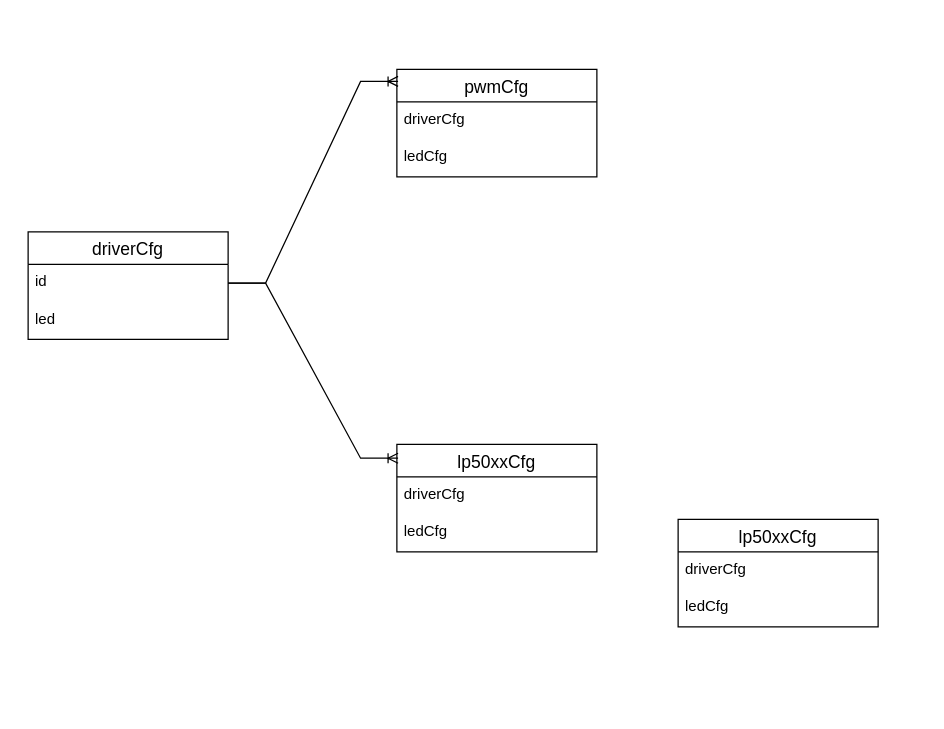
Earlier version of the draw.io diagram driver.drawio (1Miguel/diagrams). Source tidied: cells renumbered, new cells numbered last; positions are measured from the earlier drawing's top-left corner, leaving out a move shared by most shapes. Both pictures are drawn from the tidied source at 125%, with x=0, y=0 at pixel (28, 69).
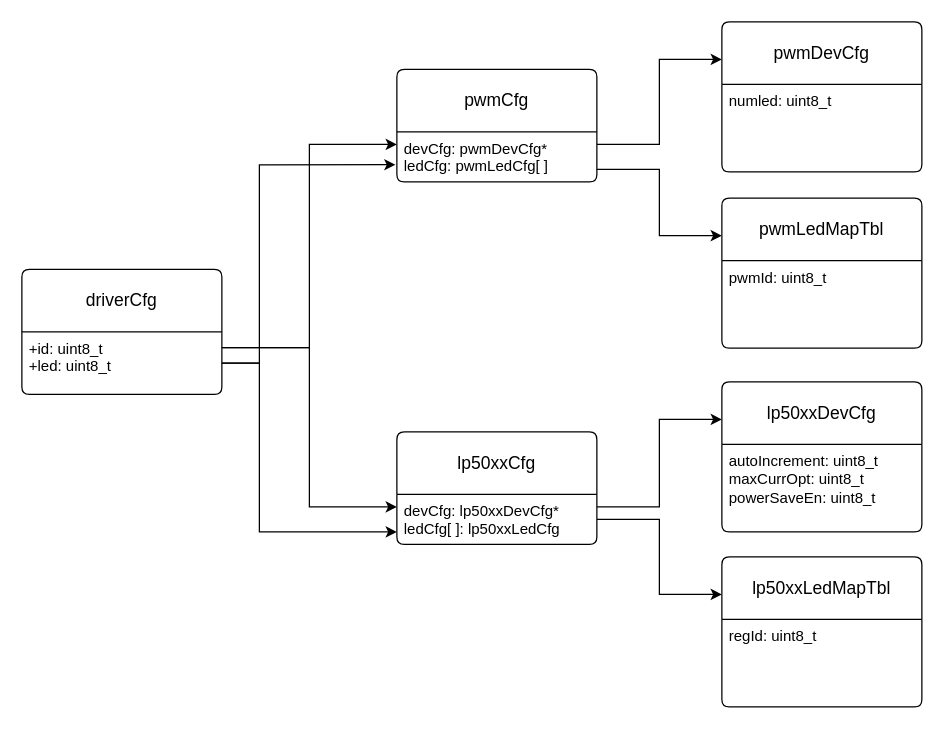
The same diagram, later.

Change to the diagram source:
```diff
@@
-    <mxCell id="2" value="driverCfg" style="swimlane;fontStyle=0;horizontal=1;startSize=26;align=center;fontSize=14;" parent="1" vertex="1">
-      <mxGeometry y="130" width="160" height="86" as="geometry" />
-    </mxCell>
-    <mxCell id="3" value="id" style="text;strokeColor=none;fillColor=none;spacingLeft=4;spacingRight=4;overflow=hidden;points=[[0,0.5],[1,0.5]];portConstraint=eastwest;fontSize=12;whiteSpace=wrap;html=1;" parent="2" vertex="1">
-      <mxGeometry y="26" width="160" height="30" as="geometry" />
-    </mxCell>
-    <mxCell id="4" value="led" style="text;strokeColor=none;fillColor=none;spacingLeft=4;spacingRight=4;overflow=hidden;fontSize=12;whiteSpace=wrap;html=1;" parent="2" vertex="1">
-      <mxGeometry y="56" width="160" height="30" as="geometry" />
-    </mxCell>
+    <mxCell id="16" value="driverCfg" style="swimlane;horizontal=1;startSize=50;rounded=1;fontSize=14;fontStyle=0;strokeWidth=1;shadow=0;dashed=0;align=center;arcSize=4;whiteSpace=wrap;html=1;" parent="1" vertex="1">
+      <mxGeometry x="-5" y="160" width="160" height="100" as="geometry" />
+    </mxCell>
+    <mxCell id="17" value="+id: uint8_t&lt;br&gt;+led: uint8_t" style="align=left;strokeColor=none;fillColor=none;spacingLeft=4;fontSize=12;verticalAlign=top;html=1;" parent="16" vertex="1">
+      <mxGeometry y="50" width="160" height="50" as="geometry" />
+    </mxCell>
+    <mxCell id="18" value="lp50xxDevCfg" style="swimlane;horizontal=1;startSize=50;rounded=1;fontSize=14;fontStyle=0;strokeWidth=1;shadow=0;dashed=0;align=center;arcSize=4;whiteSpace=wrap;html=1;" parent="1" vertex="1">
+      <mxGeometry x="555" y="250" width="160" height="120" as="geometry" />
+    </mxCell>
+    <mxCell id="19" value="autoIncrement: uint8_t&lt;br&gt;maxCurrOpt: uint8_t&lt;br&gt;powerSaveEn: uint8_t&lt;br&gt;" style="align=left;strokeColor=none;fillColor=none;spacingLeft=4;fontSize=12;verticalAlign=top;html=1;" parent="18" vertex="1">
+      <mxGeometry y="50" width="160" height="70" as="geometry" />
+    </mxCell>
+    <mxCell id="20" value="lp50xxCfg" style="swimlane;horizontal=1;startSize=50;rounded=1;fontSize=14;fontStyle=0;strokeWidth=1;shadow=0;dashed=0;align=center;arcSize=4;whiteSpace=wrap;html=1;" parent="1" vertex="1">
+      <mxGeometry x="295" y="290" width="160" height="90" as="geometry" />
+    </mxCell>
+    <mxCell id="21" value="devCfg: lp50xxDevCfg*&lt;br&gt;ledCfg[ ]: lp50xxLedCfg" style="align=left;strokeColor=none;fillColor=none;spacingLeft=4;fontSize=12;verticalAlign=top;html=1;" parent="20" vertex="1">
+      <mxGeometry y="50" width="160" height="40" as="geometry" />
+    </mxCell>
+    <mxCell id="22" style="edgeStyle=orthogonalEdgeStyle;rounded=0;jettySize=auto;html=1;exitX=1;exitY=0.25;exitDx=0;exitDy=0;entryX=0;entryY=0.25;entryDx=0;entryDy=0;" parent="1" edge="1" source="21" target="18">
+      <mxGeometry relative="1" as="geometry" />
+    </mxCell>
+    <mxCell id="23" value="lp50xxLedMapTbl" style="swimlane;horizontal=1;startSize=50;rounded=1;fontSize=14;fontStyle=0;strokeWidth=1;shadow=0;dashed=0;align=center;arcSize=4;whiteSpace=wrap;html=1;" parent="1" vertex="1">
+      <mxGeometry x="555" y="390" width="160" height="120" as="geometry" />
+    </mxCell>
+    <mxCell id="24" value="regId: uint8_t" style="align=left;strokeColor=none;fillColor=none;spacingLeft=4;fontSize=12;verticalAlign=top;html=1;" parent="23" vertex="1">
+      <mxGeometry y="50" width="160" height="70" as="geometry" />
+    </mxCell>
+    <mxCell id="25" style="edgeStyle=orthogonalEdgeStyle;rounded=0;jettySize=auto;html=1;exitX=1;exitY=0.5;exitDx=0;exitDy=0;entryX=0;entryY=0.25;entryDx=0;entryDy=0;" parent="1" edge="1" source="21" target="23">
+      <mxGeometry relative="1" as="geometry" />
+    </mxCell>
-    <mxCell id="5" value="pwmCfg" style="swimlane;fontStyle=0;horizontal=1;startSize=26;align=center;fontSize=14;" parent="1" vertex="1">
-      <mxGeometry x="295" width="160" height="86" as="geometry" />
+    <mxCell id="5" value="pwmCfg" style="swimlane;horizontal=1;startSize=50;rounded=1;fontSize=14;fontStyle=0;strokeWidth=1;shadow=0;dashed=0;align=center;arcSize=4;whiteSpace=wrap;html=1;" parent="1" vertex="1">
+      <mxGeometry x="295" width="160" height="90" as="geometry" />
     </mxCell>
-    <mxCell id="6" value="driverCfg" style="text;strokeColor=none;fillColor=none;spacingLeft=4;spacingRight=4;overflow=hidden;fontSize=12;whiteSpace=wrap;html=1;" parent="5" vertex="1">
-      <mxGeometry y="26" width="160" height="30" as="geometry" />
-    </mxCell>
-    <mxCell id="7" value="ledCfg" style="text;strokeColor=none;fillColor=none;spacingLeft=4;spacingRight=4;overflow=hidden;fontSize=12;whiteSpace=wrap;html=1;" parent="5" vertex="1">
-      <mxGeometry y="56" width="160" height="30" as="geometry" />
-    </mxCell>
-    <mxCell id="8" value="lp50xxCfg" style="swimlane;fontStyle=0;horizontal=1;startSize=26;align=center;fontSize=14;" parent="1" vertex="1">
-      <mxGeometry x="295" y="300" width="160" height="86" as="geometry" />
-    </mxCell>
-    <mxCell id="9" value="driverCfg" style="text;strokeColor=none;fillColor=none;spacingLeft=4;spacingRight=4;overflow=hidden;fontSize=12;whiteSpace=wrap;html=1;" parent="8" vertex="1">
-      <mxGeometry y="26" width="160" height="30" as="geometry" />
-    </mxCell>
-    <mxCell id="10" value="ledCfg" style="text;strokeColor=none;fillColor=none;spacingLeft=4;spacingRight=4;overflow=hidden;fontSize=12;whiteSpace=wrap;html=1;" parent="8" vertex="1">
-      <mxGeometry y="56" width="160" height="30" as="geometry" />
-    </mxCell>
-    <mxCell id="11" style="edgeStyle=entityRelationEdgeStyle;fontSize=12;html=1;endArrow=ERoneToMany;rounded=0;exitX=1;exitY=0.5;exitDx=0;exitDy=0;entryX=0.006;entryY=0.112;entryDx=0;entryDy=0;entryPerimeter=0;" parent="1" edge="1" source="3" target="5">
-      <mxGeometry relative="1" as="geometry" />
-    </mxCell>
-    <mxCell id="12" style="edgeStyle=entityRelationEdgeStyle;fontSize=12;html=1;endArrow=ERoneToMany;rounded=0;exitX=1;exitY=0.5;exitDx=0;exitDy=0;entryX=0.006;entryY=0.129;entryDx=0;entryDy=0;entryPerimeter=0;" parent="1" edge="1" source="3" target="8">
-      <mxGeometry relative="1" as="geometry" />
-    </mxCell>
-    <mxCell id="13" value="lp50xxCfg" style="swimlane;fontStyle=0;horizontal=1;startSize=26;align=center;fontSize=14;" parent="1" vertex="1">
-      <mxGeometry x="520" y="360" width="160" height="86" as="geometry" />
-    </mxCell>
-    <mxCell id="14" value="driverCfg" style="text;strokeColor=none;fillColor=none;spacingLeft=4;spacingRight=4;overflow=hidden;fontSize=12;whiteSpace=wrap;html=1;" parent="13" vertex="1">
-      <mxGeometry y="26" width="160" height="30" as="geometry" />
-    </mxCell>
-    <mxCell id="15" value="ledCfg" style="text;strokeColor=none;fillColor=none;spacingLeft=4;spacingRight=4;overflow=hidden;fontSize=12;whiteSpace=wrap;html=1;" parent="13" vertex="1">
-      <mxGeometry y="56" width="160" height="30" as="geometry" />
-    </mxCell>
+    <mxCell id="26" value="devCfg: pwmDevCfg*&lt;br&gt;ledCfg: pwmLedCfg[ ]" style="align=left;strokeColor=none;fillColor=none;spacingLeft=4;fontSize=12;verticalAlign=top;html=1;" parent="5" vertex="1">
+      <mxGeometry y="50" width="160" height="40" as="geometry" />
+    </mxCell>
+    <mxCell id="27" style="edgeStyle=orthogonalEdgeStyle;rounded=0;jettySize=auto;html=1;exitX=1;exitY=0.25;exitDx=0;exitDy=0;entryX=0;entryY=0.25;entryDx=0;entryDy=0;" parent="1" edge="1" source="17" target="26">
+      <mxGeometry relative="1" as="geometry" />
+    </mxCell>
+    <mxCell id="28" style="edgeStyle=orthogonalEdgeStyle;rounded=0;jettySize=auto;html=1;exitX=1;exitY=0.25;exitDx=0;exitDy=0;entryX=0;entryY=0.25;entryDx=0;entryDy=0;" parent="1" edge="1" source="17" target="21">
+      <mxGeometry relative="1" as="geometry" />
+    </mxCell>
+    <mxCell id="29" style="edgeStyle=orthogonalEdgeStyle;rounded=0;jettySize=auto;html=1;exitX=1;exitY=0.5;exitDx=0;exitDy=0;entryX=-0.007;entryY=0.657;entryDx=0;entryDy=0;entryPerimeter=0;" parent="1" edge="1" source="17" target="26">
+      <mxGeometry relative="1" as="geometry">
+        <Array as="points">
+          <mxPoint x="185" y="235" />
+          <mxPoint x="185" y="76" />
+        </Array>
+      </mxGeometry>
+    </mxCell>
+    <mxCell id="30" style="edgeStyle=orthogonalEdgeStyle;rounded=0;jettySize=auto;html=1;exitX=1;exitY=0.5;exitDx=0;exitDy=0;entryX=0;entryY=0.75;entryDx=0;entryDy=0;" parent="1" edge="1" source="17" target="21">
+      <mxGeometry relative="1" as="geometry">
+        <Array as="points">
+          <mxPoint x="185" y="235" />
+          <mxPoint x="185" y="370" />
+        </Array>
+      </mxGeometry>
+    </mxCell>
+    <mxCell id="31" value="pwmDevCfg" style="swimlane;horizontal=1;startSize=50;rounded=1;fontSize=14;fontStyle=0;strokeWidth=1;shadow=0;dashed=0;align=center;arcSize=4;whiteSpace=wrap;html=1;" parent="1" vertex="1">
+      <mxGeometry x="555" y="-38" width="160" height="120" as="geometry" />
+    </mxCell>
+    <mxCell id="32" value="numled: uint8_t" style="align=left;strokeColor=none;fillColor=none;spacingLeft=4;fontSize=12;verticalAlign=top;html=1;" parent="31" vertex="1">
+      <mxGeometry y="50" width="160" height="70" as="geometry" />
+    </mxCell>
+    <mxCell id="33" value="pwmLedMapTbl" style="swimlane;horizontal=1;startSize=50;rounded=1;fontSize=14;fontStyle=0;strokeWidth=1;shadow=0;dashed=0;align=center;arcSize=4;whiteSpace=wrap;html=1;" parent="1" vertex="1">
+      <mxGeometry x="555" y="103" width="160" height="120" as="geometry" />
+    </mxCell>
+    <mxCell id="34" value="pwmId: uint8_t" style="align=left;strokeColor=none;fillColor=none;spacingLeft=4;fontSize=12;verticalAlign=top;html=1;" parent="33" vertex="1">
+      <mxGeometry y="50" width="160" height="70" as="geometry" />
+    </mxCell>
+    <mxCell id="35" style="edgeStyle=orthogonalEdgeStyle;rounded=0;jettySize=auto;html=1;exitX=1;exitY=0.75;exitDx=0;exitDy=0;entryX=0;entryY=0.25;entryDx=0;entryDy=0;" parent="1" edge="1" source="26" target="33">
+      <mxGeometry relative="1" as="geometry" />
+    </mxCell>
+    <mxCell id="36" style="edgeStyle=orthogonalEdgeStyle;rounded=0;jettySize=auto;html=1;exitX=1;exitY=0.25;exitDx=0;exitDy=0;entryX=0;entryY=0.25;entryDx=0;entryDy=0;" parent="1" edge="1" source="26" target="31">
+      <mxGeometry relative="1" as="geometry" />
+    </mxCell>
```
